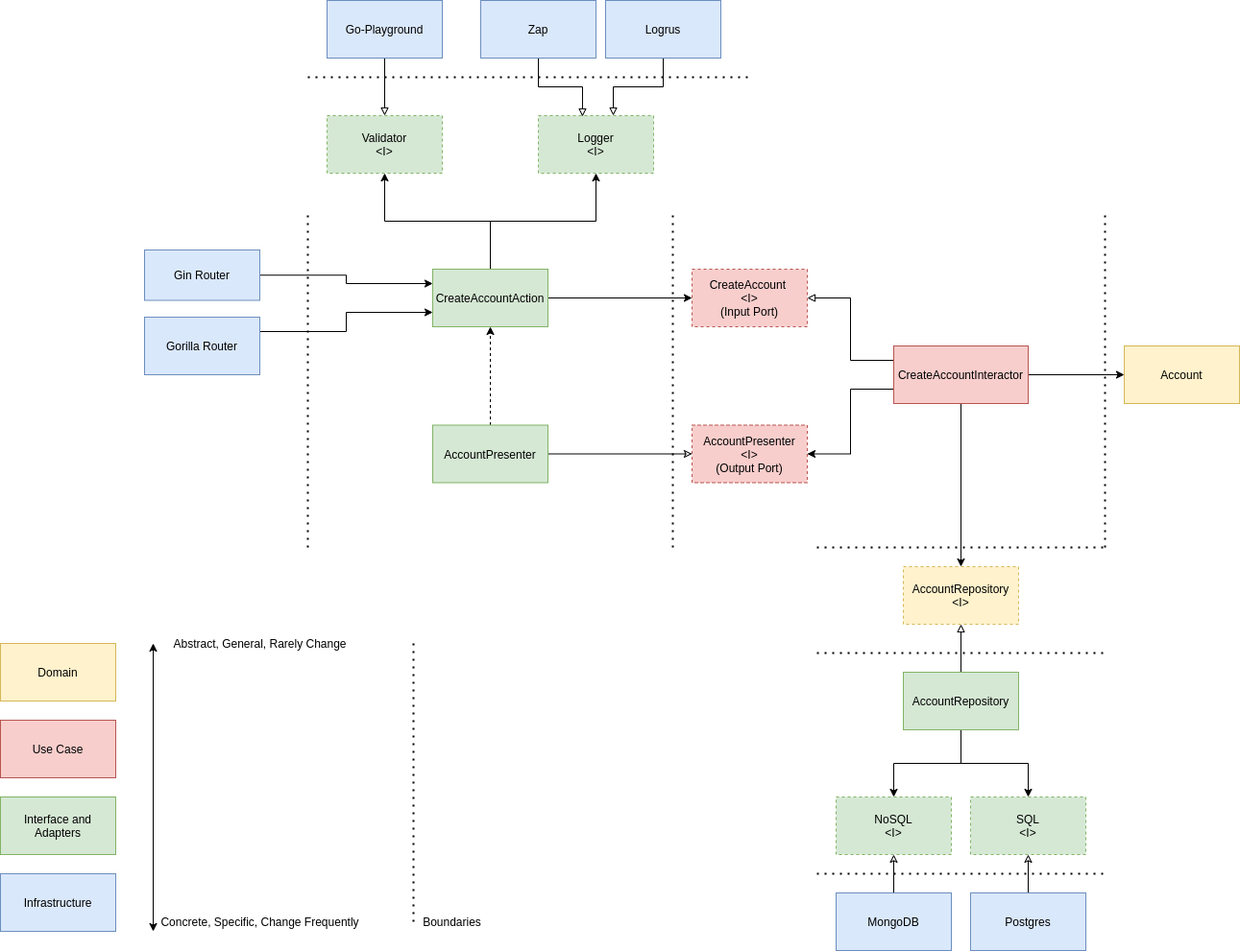
GSabadini/go-clean-architecture keeps this draw.io diagram as create_account.png. Above is the earlier version. Source tidied: cells renumbered, new cells last; positions are measured from the earlier drawing's top-left corner, leaving out a move shared by most shapes. The source it was exported from:
```xml
<mxGraphModel>
  <root>
    <mxCell id="0" />
    <mxCell id="1" parent="0" />
    <mxCell id="2" style="edgeStyle=orthogonalEdgeStyle;rounded=0;jettySize=auto;html=1;endArrow=classic;endFill=0;" parent="1" edge="1" source="4" target="27">
      <mxGeometry relative="1" as="geometry" />
    </mxCell>
    <mxCell id="3" style="edgeStyle=elbowEdgeStyle;rounded=0;jettySize=auto;html=1;startArrow=none;startFill=0;endArrow=classic;endFill=1;dashed=1;" parent="1" edge="1" source="4" target="9">
      <mxGeometry relative="1" as="geometry" />
    </mxCell>
    <mxCell id="4" value="AccountPresenter" style="rounded=0;whiteSpace=wrap;html=1;fillColor=#d5e8d4;strokeColor=#82b366;" parent="1" vertex="1">
      <mxGeometry x="450" y="442.5" width="120" height="60" as="geometry" />
    </mxCell>
    <mxCell id="5" value="CreateAccount &lt;br&gt;&amp;lt;I&amp;gt;&lt;br&gt;(Input Port)" style="rounded=0;whiteSpace=wrap;html=1;fillColor=#f8cecc;strokeColor=#b85450;dashed=1;" parent="1" vertex="1">
      <mxGeometry x="720" y="280" width="120" height="60" as="geometry" />
    </mxCell>
    <mxCell id="6" style="edgeStyle=orthogonalEdgeStyle;rounded=0;jettySize=auto;html=1;entryX=0;entryY=0.5;entryDx=0;entryDy=0;endArrow=classic;endFill=1;" parent="1" edge="1" source="9" target="5">
      <mxGeometry relative="1" as="geometry" />
    </mxCell>
    <mxCell id="7" style="edgeStyle=orthogonalEdgeStyle;rounded=0;jettySize=auto;html=1;exitX=0.5;exitY=0;exitDx=0;exitDy=0;entryX=0.5;entryY=1;entryDx=0;entryDy=0;endArrow=classic;endFill=1;strokeColor=#000000;" parent="1" edge="1" source="9" target="29">
      <mxGeometry relative="1" as="geometry" />
    </mxCell>
    <mxCell id="8" style="edgeStyle=orthogonalEdgeStyle;rounded=0;jettySize=auto;html=1;exitX=0.5;exitY=0;exitDx=0;exitDy=0;entryX=0.5;entryY=1;entryDx=0;entryDy=0;endArrow=classic;endFill=1;strokeColor=#000000;" parent="1" edge="1" source="9" target="28">
      <mxGeometry relative="1" as="geometry" />
    </mxCell>
    <mxCell id="9" value="CreateAccountAction" style="rounded=0;whiteSpace=wrap;html=1;fillColor=#d5e8d4;strokeColor=#82b366;" parent="1" vertex="1">
      <mxGeometry x="450" y="280" width="120" height="60" as="geometry" />
    </mxCell>
    <mxCell id="10" style="edgeStyle=orthogonalEdgeStyle;rounded=0;jettySize=auto;html=1;" parent="1" edge="1" source="14" target="15">
      <mxGeometry relative="1" as="geometry" />
    </mxCell>
    <mxCell id="11" style="edgeStyle=orthogonalEdgeStyle;rounded=0;jettySize=auto;html=1;entryX=0;entryY=0.5;entryDx=0;entryDy=0;endArrow=classic;endFill=1;" parent="1" edge="1" source="14" target="16">
      <mxGeometry relative="1" as="geometry" />
    </mxCell>
    <mxCell id="12" style="edgeStyle=elbowEdgeStyle;rounded=0;jettySize=auto;html=1;exitX=0;exitY=0.25;exitDx=0;exitDy=0;entryX=1;entryY=0.5;entryDx=0;entryDy=0;startArrow=none;startFill=0;endArrow=block;endFill=0;" parent="1" edge="1" source="14" target="5">
      <mxGeometry relative="1" as="geometry" />
    </mxCell>
    <mxCell id="13" style="edgeStyle=elbowEdgeStyle;rounded=0;jettySize=auto;html=1;exitX=0;exitY=0.75;exitDx=0;exitDy=0;entryX=1;entryY=0.5;entryDx=0;entryDy=0;startArrow=none;startFill=0;" parent="1" edge="1" source="14" target="27">
      <mxGeometry relative="1" as="geometry" />
    </mxCell>
    <mxCell id="14" value="CreateAccountInteractor" style="rounded=0;whiteSpace=wrap;html=1;fillColor=#f8cecc;strokeColor=#b85450;" parent="1" vertex="1">
      <mxGeometry x="930" y="360" width="140" height="60" as="geometry" />
    </mxCell>
    <mxCell id="15" value="AccountRepository &amp;lt;I&amp;gt;" style="rounded=0;whiteSpace=wrap;html=1;fillColor=#fff2cc;strokeColor=#d6b656;dashed=1;" parent="1" vertex="1">
      <mxGeometry x="940" y="590" width="120" height="60" as="geometry" />
    </mxCell>
    <mxCell id="16" value="Account" style="rounded=0;whiteSpace=wrap;html=1;fillColor=#fff2cc;strokeColor=#d6b656;" parent="1" vertex="1">
      <mxGeometry x="1170" y="360" width="120" height="60" as="geometry" />
    </mxCell>
    <mxCell id="17" style="edgeStyle=orthogonalEdgeStyle;rounded=0;jettySize=auto;html=1;entryX=0.5;entryY=1;entryDx=0;entryDy=0;endArrow=block;endFill=0;" parent="1" edge="1" source="20" target="15">
      <mxGeometry relative="1" as="geometry" />
    </mxCell>
    <mxCell id="18" style="edgeStyle=orthogonalEdgeStyle;rounded=0;jettySize=auto;html=1;exitX=0.5;exitY=1;exitDx=0;exitDy=0;endArrow=classic;endFill=1;" parent="1" edge="1" source="20" target="21">
      <mxGeometry relative="1" as="geometry" />
    </mxCell>
    <mxCell id="19" style="edgeStyle=orthogonalEdgeStyle;rounded=0;jettySize=auto;html=1;endArrow=classic;endFill=1;" parent="1" edge="1" source="20" target="22">
      <mxGeometry relative="1" as="geometry" />
    </mxCell>
    <mxCell id="20" value="AccountRepository" style="rounded=0;whiteSpace=wrap;html=1;fillColor=#d5e8d4;strokeColor=#82b366;" parent="1" vertex="1">
      <mxGeometry x="940" y="700" width="120" height="60" as="geometry" />
    </mxCell>
    <mxCell id="21" value="NoSQL&lt;br&gt;&amp;lt;I&amp;gt;" style="rounded=0;whiteSpace=wrap;html=1;fillColor=#d5e8d4;strokeColor=#82b366;dashed=1;" parent="1" vertex="1">
      <mxGeometry x="870" y="830" width="120" height="60" as="geometry" />
    </mxCell>
    <mxCell id="22" value="SQL&lt;br&gt;&amp;lt;I&amp;gt;" style="rounded=0;whiteSpace=wrap;html=1;fillColor=#d5e8d4;strokeColor=#82b366;dashed=1;" parent="1" vertex="1">
      <mxGeometry x="1010" y="830" width="120" height="60" as="geometry" />
    </mxCell>
    <mxCell id="23" style="edgeStyle=orthogonalEdgeStyle;rounded=0;jettySize=auto;html=1;endArrow=classic;endFill=0;" parent="1" edge="1" source="24" target="21">
      <mxGeometry relative="1" as="geometry" />
    </mxCell>
    <mxCell id="24" value="MongoDB" style="rounded=0;whiteSpace=wrap;html=1;fillColor=#dae8fc;strokeColor=#6c8ebf;" parent="1" vertex="1">
      <mxGeometry x="870" y="930" width="120" height="60" as="geometry" />
    </mxCell>
    <mxCell id="25" style="edgeStyle=orthogonalEdgeStyle;rounded=0;jettySize=auto;html=1;entryX=0.5;entryY=1;entryDx=0;entryDy=0;endArrow=classic;endFill=0;" parent="1" edge="1" source="26" target="22">
      <mxGeometry relative="1" as="geometry" />
    </mxCell>
    <mxCell id="26" value="Postgres" style="rounded=0;whiteSpace=wrap;html=1;fillColor=#dae8fc;strokeColor=#6c8ebf;" parent="1" vertex="1">
      <mxGeometry x="1010" y="930" width="120" height="60" as="geometry" />
    </mxCell>
    <mxCell id="27" value="AccountPresenter&lt;br&gt;&amp;lt;I&amp;gt;&lt;br&gt;(Output Port)" style="rounded=0;whiteSpace=wrap;html=1;fillColor=#f8cecc;strokeColor=#b85450;dashed=1;" parent="1" vertex="1">
      <mxGeometry x="720" y="442.5" width="120" height="60" as="geometry" />
    </mxCell>
    <mxCell id="28" value="Logger&lt;br&gt;&amp;lt;I&amp;gt;" style="rounded=0;whiteSpace=wrap;html=1;fillColor=#d5e8d4;strokeColor=#82b366;dashed=1;" parent="1" vertex="1">
      <mxGeometry x="560" y="120" width="120" height="60" as="geometry" />
    </mxCell>
    <mxCell id="29" value="Validator&lt;br&gt;&amp;lt;I&amp;gt;" style="rounded=0;whiteSpace=wrap;html=1;fillColor=#d5e8d4;strokeColor=#82b366;dashed=1;" parent="1" vertex="1">
      <mxGeometry x="340" y="120" width="120" height="60" as="geometry" />
    </mxCell>
    <mxCell id="30" style="edgeStyle=orthogonalEdgeStyle;rounded=0;jettySize=auto;html=1;entryX=0.5;entryY=0;entryDx=0;entryDy=0;endArrow=block;endFill=0;strokeColor=#000000;" parent="1" edge="1" source="31" target="29">
      <mxGeometry relative="1" as="geometry" />
    </mxCell>
    <mxCell id="31" value="Go-Playground" style="rounded=0;whiteSpace=wrap;html=1;fillColor=#dae8fc;strokeColor=#6c8ebf;" parent="1" vertex="1">
      <mxGeometry x="340" width="120" height="60" as="geometry" />
    </mxCell>
    <mxCell id="32" style="edgeStyle=orthogonalEdgeStyle;rounded=0;jettySize=auto;html=1;entryX=0.65;entryY=0;entryDx=0;entryDy=0;entryPerimeter=0;endArrow=block;endFill=0;strokeColor=#000000;" parent="1" edge="1" source="33" target="28">
      <mxGeometry relative="1" as="geometry" />
    </mxCell>
    <mxCell id="33" value="Logrus" style="rounded=0;whiteSpace=wrap;html=1;fillColor=#dae8fc;strokeColor=#6c8ebf;" parent="1" vertex="1">
      <mxGeometry x="630" width="120" height="60" as="geometry" />
    </mxCell>
    <mxCell id="34" style="edgeStyle=orthogonalEdgeStyle;rounded=0;jettySize=auto;html=1;exitX=0.5;exitY=1;exitDx=0;exitDy=0;entryX=0.383;entryY=0.017;entryDx=0;entryDy=0;entryPerimeter=0;endArrow=block;endFill=0;strokeColor=#000000;" parent="1" edge="1" source="35" target="28">
      <mxGeometry relative="1" as="geometry" />
    </mxCell>
    <mxCell id="35" value="Zap" style="rounded=0;whiteSpace=wrap;html=1;fillColor=#dae8fc;strokeColor=#6c8ebf;" parent="1" vertex="1">
      <mxGeometry x="500" width="120" height="60" as="geometry" />
    </mxCell>
    <mxCell id="36" style="edgeStyle=elbowEdgeStyle;rounded=0;jettySize=auto;html=1;exitX=1;exitY=0.5;exitDx=0;exitDy=0;entryX=0;entryY=0.25;entryDx=0;entryDy=0;startArrow=none;startFill=0;endArrow=classic;endFill=1;" parent="1" edge="1" source="37" target="9">
      <mxGeometry relative="1" as="geometry" />
    </mxCell>
    <mxCell id="37" value="Gin Router" style="rounded=0;whiteSpace=wrap;html=1;fillColor=#dae8fc;strokeColor=#6c8ebf;" parent="1" vertex="1">
      <mxGeometry x="150" y="260" width="120" height="52.5" as="geometry" />
    </mxCell>
    <mxCell id="38" style="edgeStyle=elbowEdgeStyle;rounded=0;jettySize=auto;html=1;exitX=1;exitY=0.25;exitDx=0;exitDy=0;entryX=0;entryY=0.75;entryDx=0;entryDy=0;startArrow=none;startFill=0;endArrow=classic;endFill=1;" parent="1" edge="1" source="39" target="9">
      <mxGeometry relative="1" as="geometry" />
    </mxCell>
    <mxCell id="39" value="Gorilla Router" style="rounded=0;whiteSpace=wrap;html=1;fillColor=#dae8fc;strokeColor=#6c8ebf;" parent="1" vertex="1">
      <mxGeometry x="150" y="330" width="120" height="60" as="geometry" />
    </mxCell>
    <mxCell id="40" style="endArrow=none;dashed=1;html=1;dashPattern=1 3;strokeWidth=2;" parent="1" edge="1">
      <mxGeometry relative="1" as="geometry">
        <mxPoint x="320" y="80" as="sourcePoint" />
        <mxPoint x="780" y="80" as="targetPoint" />
      </mxGeometry>
    </mxCell>
    <mxCell id="41" style="endArrow=none;dashed=1;html=1;dashPattern=1 3;strokeWidth=2;" parent="1" edge="1">
      <mxGeometry relative="1" as="geometry">
        <mxPoint x="320" y="570" as="sourcePoint" />
        <mxPoint x="320" y="220" as="targetPoint" />
      </mxGeometry>
    </mxCell>
    <mxCell id="42" style="endArrow=none;dashed=1;html=1;dashPattern=1 3;strokeWidth=2;" parent="1" edge="1">
      <mxGeometry relative="1" as="geometry">
        <mxPoint x="850" y="570" as="sourcePoint" />
        <mxPoint x="1150" y="570" as="targetPoint" />
      </mxGeometry>
    </mxCell>
    <mxCell id="43" style="endArrow=none;dashed=1;html=1;dashPattern=1 3;strokeWidth=2;" parent="1" edge="1">
      <mxGeometry relative="1" as="geometry">
        <mxPoint x="850" y="680" as="sourcePoint" />
        <mxPoint x="1150" y="680" as="targetPoint" />
      </mxGeometry>
    </mxCell>
    <mxCell id="44" style="endArrow=none;dashed=1;html=1;dashPattern=1 3;strokeWidth=2;" parent="1" edge="1">
      <mxGeometry relative="1" as="geometry">
        <mxPoint x="850" y="910" as="sourcePoint" />
        <mxPoint x="1150" y="910" as="targetPoint" />
      </mxGeometry>
    </mxCell>
    <mxCell id="45" value="Infrastructure" style="rounded=0;whiteSpace=wrap;html=1;fillColor=#dae8fc;strokeColor=#6c8ebf;" parent="1" vertex="1">
      <mxGeometry y="910" width="120" height="60" as="geometry" />
    </mxCell>
    <mxCell id="46" value="Domain" style="rounded=0;whiteSpace=wrap;html=1;fillColor=#fff2cc;strokeColor=#d6b656;" parent="1" vertex="1">
      <mxGeometry y="670" width="120" height="60" as="geometry" />
    </mxCell>
    <mxCell id="47" value="Use Case" style="rounded=0;whiteSpace=wrap;html=1;fillColor=#f8cecc;strokeColor=#b85450;" parent="1" vertex="1">
      <mxGeometry y="750" width="120" height="60" as="geometry" />
    </mxCell>
    <mxCell id="48" value="Interface and Adapters" style="rounded=0;whiteSpace=wrap;html=1;fillColor=#d5e8d4;strokeColor=#82b366;" parent="1" vertex="1">
      <mxGeometry y="830" width="120" height="60" as="geometry" />
    </mxCell>
    <mxCell id="49" style="endArrow=classic;html=1;strokeColor=#000000;startArrow=classic;startFill=1;" parent="1" edge="1">
      <mxGeometry relative="1" as="geometry">
        <mxPoint x="159" y="970" as="sourcePoint" />
        <mxPoint x="159" y="670" as="targetPoint" />
      </mxGeometry>
    </mxCell>
    <mxCell id="50" style="endArrow=none;dashed=1;html=1;dashPattern=1 3;strokeWidth=2;" parent="1" edge="1">
      <mxGeometry relative="1" as="geometry">
        <mxPoint x="700" y="570" as="sourcePoint" />
        <mxPoint x="700" y="220" as="targetPoint" />
      </mxGeometry>
    </mxCell>
    <mxCell id="51" style="endArrow=none;dashed=1;html=1;dashPattern=1 3;strokeWidth=2;" parent="1" edge="1">
      <mxGeometry relative="1" as="geometry">
        <mxPoint x="1150" y="570" as="sourcePoint" />
        <mxPoint x="1150" y="220" as="targetPoint" />
      </mxGeometry>
    </mxCell>
    <mxCell id="52" value="Abstract, General, Rarely Change" style="text;html=1;align=center;verticalAlign=middle;" parent="1" vertex="1">
      <mxGeometry x="170" y="660" width="200" height="20" as="geometry" />
    </mxCell>
    <mxCell id="53" value="Concrete, Specific, Change Frequently" style="text;html=1;align=center;verticalAlign=middle;" parent="1" vertex="1">
      <mxGeometry x="160" y="950" width="220" height="20" as="geometry" />
    </mxCell>
    <mxCell id="54" value="Boundaries" style="text;html=1;align=center;verticalAlign=middle;" parent="1" vertex="1">
      <mxGeometry x="430" y="950" width="80" height="20" as="geometry" />
    </mxCell>
    <mxCell id="55" style="endArrow=none;dashed=1;html=1;dashPattern=1 3;strokeWidth=2;" parent="1" edge="1">
      <mxGeometry relative="1" as="geometry">
        <mxPoint x="430" y="960" as="sourcePoint" />
        <mxPoint x="430" y="670" as="targetPoint" />
      </mxGeometry>
    </mxCell>
  </root>
</mxGraphModel>
```
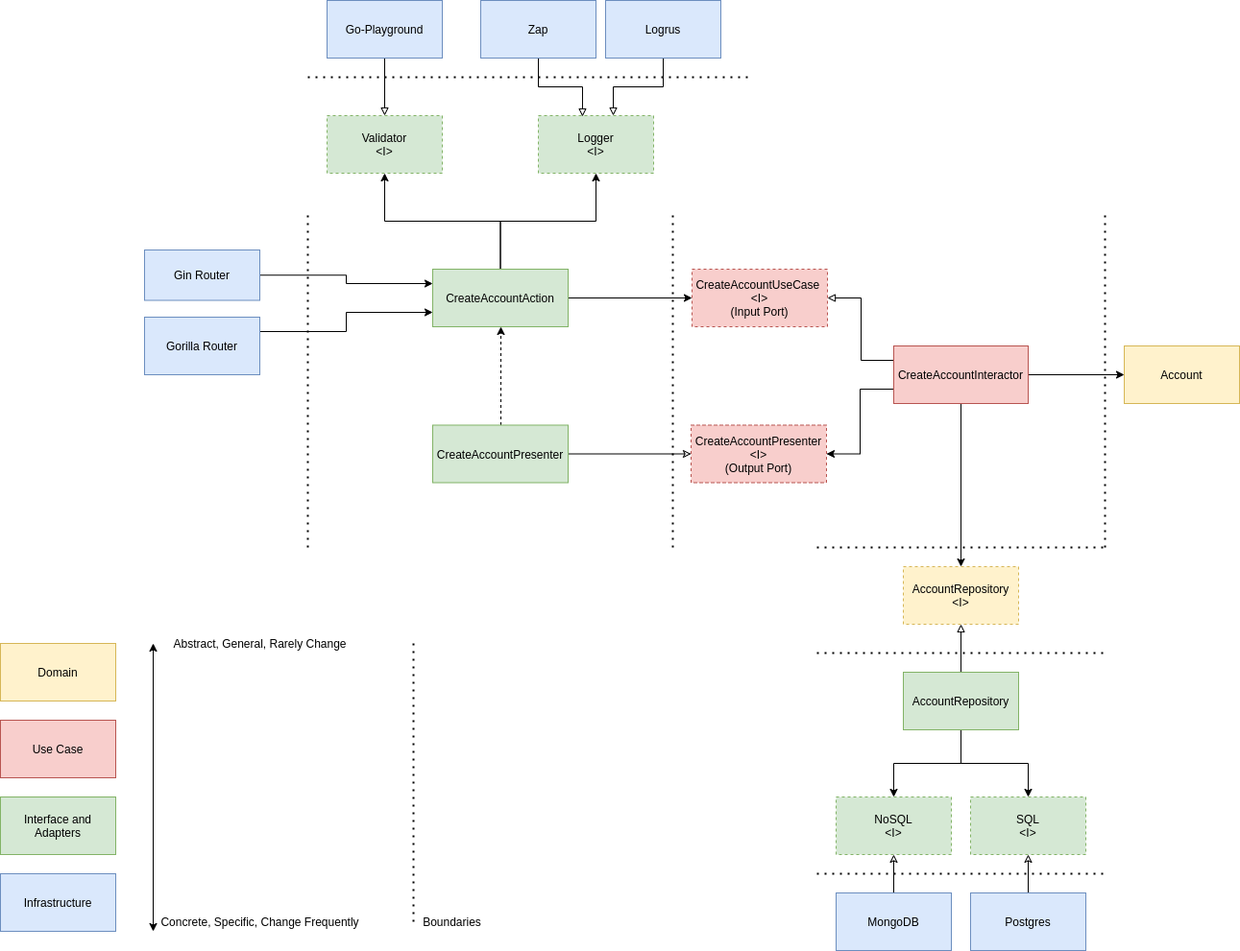
After the commit.

The edit, as a diff of the source:
```diff
@@ -8,11 +8,11 @@
     <mxCell id="3" style="edgeStyle=elbowEdgeStyle;rounded=0;jettySize=auto;html=1;startArrow=none;startFill=0;endArrow=classic;endFill=1;dashed=1;" parent="1" edge="1" source="4" target="9">
       <mxGeometry relative="1" as="geometry" />
     </mxCell>
-    <mxCell id="4" value="AccountPresenter" style="rounded=0;whiteSpace=wrap;html=1;fillColor=#d5e8d4;strokeColor=#82b366;" parent="1" vertex="1">
-      <mxGeometry x="450" y="442.5" width="120" height="60" as="geometry" />
+    <mxCell id="4" value="CreateAccountPresenter" style="rounded=0;whiteSpace=wrap;html=1;fillColor=#d5e8d4;strokeColor=#82b366;" parent="1" vertex="1">
+      <mxGeometry x="450" y="442.5" width="141" height="60" as="geometry" />
     </mxCell>
-    <mxCell id="5" value="CreateAccount &lt;br&gt;&amp;lt;I&amp;gt;&lt;br&gt;(Input Port)" style="rounded=0;whiteSpace=wrap;html=1;fillColor=#f8cecc;strokeColor=#b85450;dashed=1;" parent="1" vertex="1">
-      <mxGeometry x="720" y="280" width="120" height="60" as="geometry" />
+    <mxCell id="5" value="CreateAccountUseCase&amp;nbsp;&lt;br&gt;&amp;lt;I&amp;gt;&lt;br&gt;(Input Port)" style="rounded=0;whiteSpace=wrap;html=1;fillColor=#f8cecc;strokeColor=#b85450;dashed=1;" parent="1" vertex="1">
+      <mxGeometry x="720" y="280" width="141" height="60" as="geometry" />
     </mxCell>
     <mxCell id="6" style="edgeStyle=orthogonalEdgeStyle;rounded=0;jettySize=auto;html=1;entryX=0;entryY=0.5;entryDx=0;entryDy=0;endArrow=classic;endFill=1;" parent="1" edge="1" source="9" target="5">
       <mxGeometry relative="1" as="geometry" />
@@ -24,7 +24,7 @@
       <mxGeometry relative="1" as="geometry" />
     </mxCell>
     <mxCell id="9" value="CreateAccountAction" style="rounded=0;whiteSpace=wrap;html=1;fillColor=#d5e8d4;strokeColor=#82b366;" parent="1" vertex="1">
-      <mxGeometry x="450" y="280" width="120" height="60" as="geometry" />
+      <mxGeometry x="450" y="280" width="141" height="60" as="geometry" />
     </mxCell>
     <mxCell id="10" style="edgeStyle=orthogonalEdgeStyle;rounded=0;jettySize=auto;html=1;" parent="1" edge="1" source="14" target="15">
       <mxGeometry relative="1" as="geometry" />
@@ -77,8 +77,8 @@
     <mxCell id="26" value="Postgres" style="rounded=0;whiteSpace=wrap;html=1;fillColor=#dae8fc;strokeColor=#6c8ebf;" parent="1" vertex="1">
       <mxGeometry x="1010" y="930" width="120" height="60" as="geometry" />
     </mxCell>
-    <mxCell id="27" value="AccountPresenter&lt;br&gt;&amp;lt;I&amp;gt;&lt;br&gt;(Output Port)" style="rounded=0;whiteSpace=wrap;html=1;fillColor=#f8cecc;strokeColor=#b85450;dashed=1;" parent="1" vertex="1">
-      <mxGeometry x="720" y="442.5" width="120" height="60" as="geometry" />
+    <mxCell id="27" value="CreateAccountPresenter&lt;br&gt;&amp;lt;I&amp;gt;&lt;br&gt;(Output Port)" style="rounded=0;whiteSpace=wrap;html=1;fillColor=#f8cecc;strokeColor=#b85450;dashed=1;" parent="1" vertex="1">
+      <mxGeometry x="719" y="442.5" width="141" height="60" as="geometry" />
     </mxCell>
     <mxCell id="28" value="Logger&lt;br&gt;&amp;lt;I&amp;gt;" style="rounded=0;whiteSpace=wrap;html=1;fillColor=#d5e8d4;strokeColor=#82b366;dashed=1;" parent="1" vertex="1">
       <mxGeometry x="560" y="120" width="120" height="60" as="geometry" />
```
